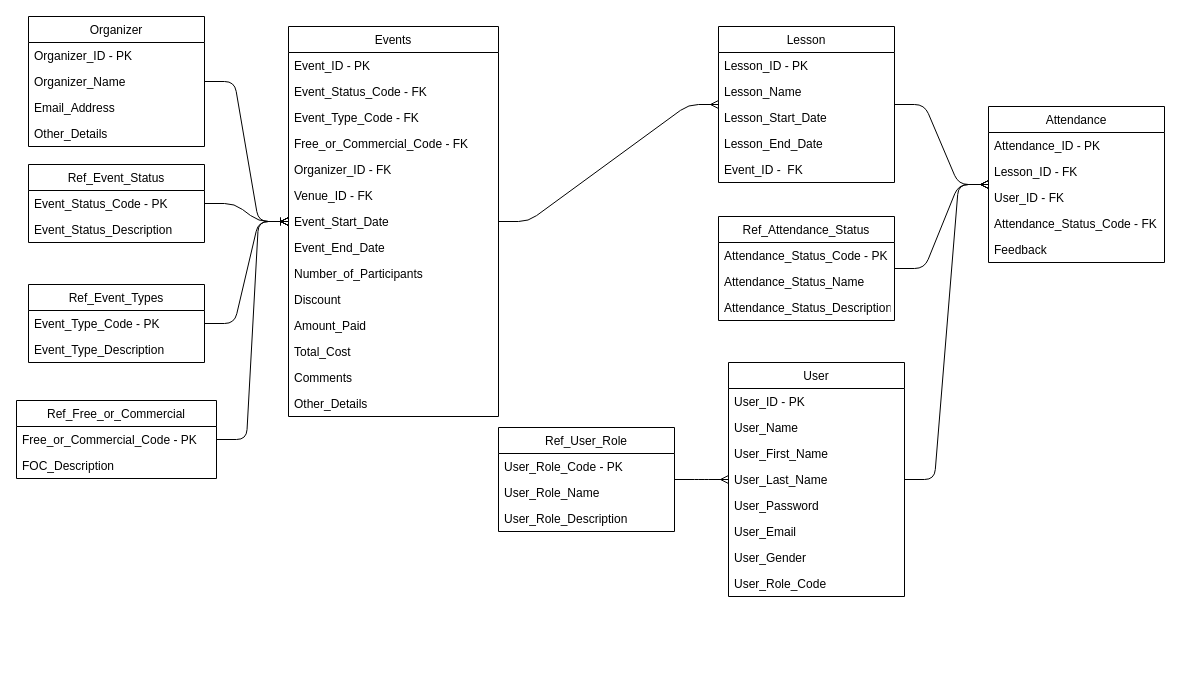
Before: page "ERD" (2 of 4) of DellEvent.drawio in frostyseb/ITDP, a draw.io diagram. Source tidied: cells renumbered, new cells numbered last; positions are measured from the earlier drawing's top-left corner, leaving out a move shared by most shapes. Both pictures are drawn from the tidied source at 100%, with x=0, y=0 at pixel (16, 16).
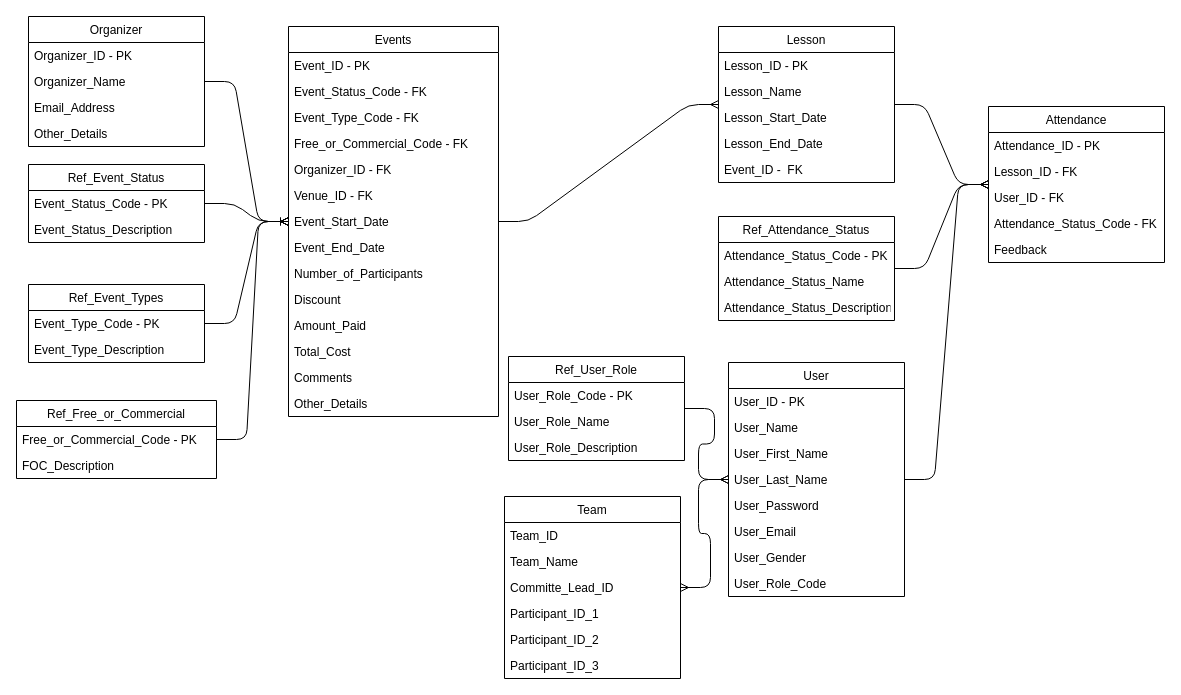
Above is the later version.

Commit message:
Added table "Team"

Unchanged cells that the change refers to:
```xml
<mxCell id="37" value="User" style="swimlane;fontStyle=0;horizontal=1;startSize=26;fillColor=none;" parent="1" vertex="1">
  <mxGeometry x="712" y="346" width="176" height="234" as="geometry" />
</mxCell>
```

Change to the diagram source:
```diff
@@
     <mxCell id="64" value="Ref_User_Role" style="swimlane;fontStyle=0;horizontal=1;startSize=26;fillColor=none;" parent="1" vertex="1">
-      <mxGeometry x="482" y="411" width="176" height="104" as="geometry" />
+      <mxGeometry x="492" y="340" width="176" height="104" as="geometry" />
     </mxCell>
@@
+    <mxCell id="69" value="Team" style="swimlane;fontStyle=0;horizontal=1;startSize=26;fillColor=none;" parent="1" vertex="1">
+      <mxGeometry x="488" y="480" width="176" height="182" as="geometry" />
+    </mxCell>
+    <mxCell id="70" value="Team_ID" style="text;strokeColor=none;fillColor=none;align=left;verticalAlign=top;spacingLeft=4;spacingRight=4;overflow=hidden;" parent="69" vertex="1">
+      <mxGeometry y="26" width="176" height="26" as="geometry" />
+    </mxCell>
+    <mxCell id="71" value="Team_Name" style="text;strokeColor=none;fillColor=none;align=left;verticalAlign=top;spacingLeft=4;spacingRight=4;overflow=hidden;" parent="69" vertex="1">
+      <mxGeometry y="52" width="176" height="26" as="geometry" />
+    </mxCell>
+    <mxCell id="72" value="Committe_Lead_ID" style="text;strokeColor=none;fillColor=none;align=left;verticalAlign=top;spacingLeft=4;spacingRight=4;overflow=hidden;" parent="69" vertex="1">
+      <mxGeometry y="78" width="176" height="26" as="geometry" />
+    </mxCell>
+    <mxCell id="73" value="Participant_ID_1" style="text;strokeColor=none;fillColor=none;align=left;verticalAlign=top;spacingLeft=4;spacingRight=4;overflow=hidden;" parent="69" vertex="1">
+      <mxGeometry y="104" width="176" height="26" as="geometry" />
+    </mxCell>
+    <mxCell id="74" value="Participant_ID_2" style="text;strokeColor=none;fillColor=none;align=left;verticalAlign=top;spacingLeft=4;spacingRight=4;overflow=hidden;" parent="69" vertex="1">
+      <mxGeometry y="130" width="176" height="26" as="geometry" />
+    </mxCell>
+    <mxCell id="75" value="Participant_ID_3" style="text;strokeColor=none;fillColor=none;align=left;verticalAlign=top;spacingLeft=4;spacingRight=4;overflow=hidden;" parent="69" vertex="1">
+      <mxGeometry y="156" width="176" height="26" as="geometry" />
+    </mxCell>
+    <mxCell id="76" style="edgeStyle=entityRelationEdgeStyle;fontSize=12;html=1;endArrow=ERmany;startArrow=ERmany;" parent="1" edge="1" source="69" target="37">
+      <mxGeometry relative="1" as="geometry" />
+    </mxCell>
```
